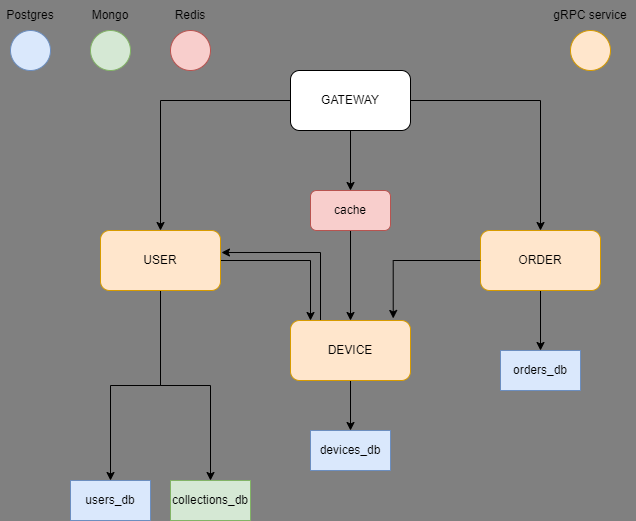
alserov/device-shop keeps this draw.io diagram as docs/schema.png. Above is the earlier version. Source tidied: cells renumbered, new cells last; positions are measured from the earlier drawing's top-left corner, leaving out a move shared by most shapes.
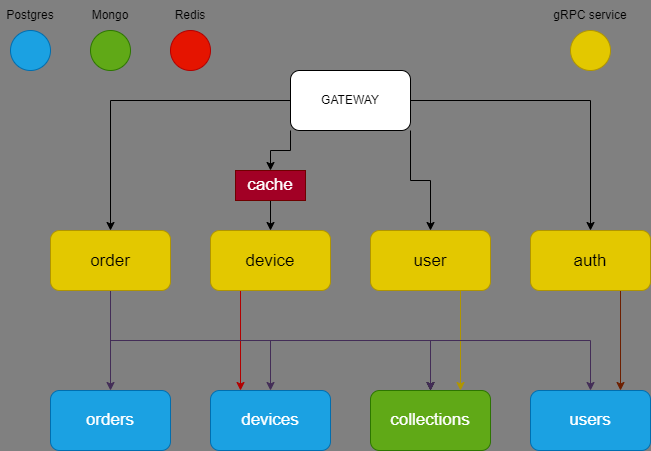
Above is the later version.

What changed in the source:
```diff
@@ -2,93 +2,98 @@
   <root>
     <mxCell id="0" />
     <mxCell id="1" parent="0" />
-    <mxCell id="2" style="edgeStyle=orthogonalEdgeStyle;rounded=0;jettySize=auto;html=1;entryX=0.5;entryY=0;entryDx=0;entryDy=0;" parent="1" edge="1" source="5" target="9">
-      <mxGeometry relative="1" as="geometry" />
-    </mxCell>
-    <mxCell id="3" style="edgeStyle=orthogonalEdgeStyle;rounded=0;jettySize=auto;html=1;entryX=0.5;entryY=0;entryDx=0;entryDy=0;" parent="1" edge="1" source="5" target="14">
-      <mxGeometry relative="1" as="geometry" />
-    </mxCell>
-    <mxCell id="4" style="edgeStyle=orthogonalEdgeStyle;rounded=0;jettySize=auto;html=1;fontColor=#000000;" parent="1" edge="1" source="21" target="12">
-      <mxGeometry relative="1" as="geometry" />
-    </mxCell>
+    <mxCell id="30" style="edgeStyle=orthogonalEdgeStyle;rounded=0;jettySize=auto;html=1;exitX=0;exitY=0.5;exitDx=0;exitDy=0;entryX=0.5;entryY=0;entryDx=0;entryDy=0;fontSize=17;" parent="1" edge="1" source="5" target="43">
+      <mxGeometry relative="1" as="geometry" />
+    </mxCell>
+    <mxCell id="31" style="edgeStyle=orthogonalEdgeStyle;rounded=0;jettySize=auto;html=1;exitX=1;exitY=1;exitDx=0;exitDy=0;entryX=0.5;entryY=0;entryDx=0;entryDy=0;fontSize=17;" parent="1" edge="1" source="5" target="35">
+      <mxGeometry relative="1" as="geometry" />
+    </mxCell>
+    <mxCell id="32" style="edgeStyle=orthogonalEdgeStyle;rounded=0;jettySize=auto;html=1;exitX=1;exitY=0.5;exitDx=0;exitDy=0;entryX=0.5;entryY=0;entryDx=0;entryDy=0;fontSize=17;" parent="1" edge="1" source="5" target="11">
+      <mxGeometry relative="1" as="geometry" />
+    </mxCell>
+    <mxCell id="20" style="edgeStyle=orthogonalEdgeStyle;rounded=0;jettySize=auto;html=1;exitX=0;exitY=1;exitDx=0;exitDy=0;entryX=0.5;entryY=0;entryDx=0;entryDy=0;fontSize=17;" parent="1" edge="1" source="5" target="21">
+      <mxGeometry relative="1" as="geometry" />
+    </mxCell>
     <mxCell id="5" value="GATEWAY" style="rounded=1;whiteSpace=wrap;html=1;" parent="1" vertex="1">
       <mxGeometry x="290" y="70" width="120" height="60" as="geometry" />
     </mxCell>
-    <mxCell id="6" style="edgeStyle=orthogonalEdgeStyle;rounded=0;jettySize=auto;html=1;exitX=0.5;exitY=1;exitDx=0;exitDy=0;entryX=0.5;entryY=0;entryDx=0;entryDy=0;fontColor=#000000;" parent="1" edge="1" source="9" target="15">
-      <mxGeometry relative="1" as="geometry" />
-    </mxCell>
-    <mxCell id="7" style="edgeStyle=orthogonalEdgeStyle;rounded=0;jettySize=auto;html=1;entryX=0.5;entryY=0;entryDx=0;entryDy=0;fontColor=#000000;" parent="1" edge="1" source="9" target="16">
-      <mxGeometry relative="1" as="geometry" />
-    </mxCell>
-    <mxCell id="8" style="edgeStyle=orthogonalEdgeStyle;rounded=0;jettySize=auto;html=1;fontColor=#000000;" parent="1" edge="1" source="9" target="12">
-      <mxGeometry relative="1" as="geometry">
-        <Array as="points">
-          <mxPoint x="310" y="260" />
-        </Array>
-      </mxGeometry>
-    </mxCell>
-    <mxCell id="9" value="USER" style="rounded=1;whiteSpace=wrap;html=1;fillColor=#ffe6cc;strokeColor=#d79b00;fontColor=#000000;" parent="1" vertex="1">
-      <mxGeometry x="100" y="230" width="120" height="60" as="geometry" />
-    </mxCell>
-    <mxCell id="10" style="edgeStyle=orthogonalEdgeStyle;rounded=0;jettySize=auto;html=1;exitX=0.5;exitY=1;exitDx=0;exitDy=0;fontColor=#000000;" parent="1" edge="1" source="12" target="19">
-      <mxGeometry relative="1" as="geometry" />
-    </mxCell>
-    <mxCell id="11" style="edgeStyle=orthogonalEdgeStyle;rounded=0;jettySize=auto;html=1;exitX=0.25;exitY=0;exitDx=0;exitDy=0;entryX=1.008;entryY=0.367;entryDx=0;entryDy=0;entryPerimeter=0;" parent="1" edge="1" source="12" target="9">
-      <mxGeometry relative="1" as="geometry" />
-    </mxCell>
-    <mxCell id="12" value="DEVICE" style="rounded=1;whiteSpace=wrap;html=1;fillColor=#ffe6cc;strokeColor=#d79b00;fontColor=#000000;" parent="1" vertex="1">
-      <mxGeometry x="290" y="320" width="120" height="60" as="geometry" />
-    </mxCell>
-    <mxCell id="13" style="edgeStyle=orthogonalEdgeStyle;rounded=0;jettySize=auto;html=1;exitX=0.5;exitY=1;exitDx=0;exitDy=0;fontColor=#000000;" parent="1" edge="1" source="14" target="18">
-      <mxGeometry relative="1" as="geometry" />
-    </mxCell>
-    <mxCell id="14" value="ORDER" style="rounded=1;whiteSpace=wrap;html=1;fillColor=#ffe6cc;strokeColor=#d79b00;fontColor=#000000;" parent="1" vertex="1">
-      <mxGeometry x="480" y="230" width="120" height="60" as="geometry" />
-    </mxCell>
-    <mxCell id="15" value="users_db" style="rounded=0;whiteSpace=wrap;html=1;fillColor=#dae8fc;strokeColor=#6c8ebf;fontColor=#000000;" parent="1" vertex="1">
-      <mxGeometry x="70" y="480" width="80" height="40" as="geometry" />
-    </mxCell>
-    <mxCell id="16" value="collections_db" style="rounded=0;whiteSpace=wrap;html=1;fillColor=#d5e8d4;strokeColor=#82b366;fontColor=#000000;" parent="1" vertex="1">
-      <mxGeometry x="170" y="480" width="80" height="40" as="geometry" />
-    </mxCell>
-    <mxCell id="17" style="edgeStyle=orthogonalEdgeStyle;rounded=0;jettySize=auto;html=1;entryX=0.856;entryY=-0.034;entryDx=0;entryDy=0;entryPerimeter=0;fontColor=#000000;" parent="1" edge="1" source="14" target="12">
-      <mxGeometry relative="1" as="geometry" />
-    </mxCell>
-    <mxCell id="18" value="orders_db" style="rounded=0;whiteSpace=wrap;html=1;fillColor=#dae8fc;strokeColor=#6c8ebf;fontColor=#000000;" parent="1" vertex="1">
-      <mxGeometry x="500" y="350" width="80" height="40" as="geometry" />
-    </mxCell>
-    <mxCell id="19" value="devices_db" style="rounded=0;whiteSpace=wrap;html=1;fillColor=#dae8fc;strokeColor=#6c8ebf;fontColor=#000000;" parent="1" vertex="1">
-      <mxGeometry x="310" y="430" width="80" height="40" as="geometry" />
-    </mxCell>
-    <mxCell id="20" style="edgeStyle=orthogonalEdgeStyle;rounded=0;jettySize=auto;html=1;" parent="1" edge="1" source="5" target="21">
-      <mxGeometry relative="1" as="geometry" />
-    </mxCell>
-    <mxCell id="21" value="cache" style="rounded=1;whiteSpace=wrap;html=1;fillColor=#f8cecc;strokeColor=#b85450;fontColor=#000000;" parent="1" vertex="1">
-      <mxGeometry x="310" y="190" width="80" height="40" as="geometry" />
-    </mxCell>
-    <mxCell id="22" style="ellipse;whiteSpace=wrap;html=1;fillColor=#dae8fc;strokeColor=#6c8ebf;" parent="1" vertex="1">
+    <mxCell id="22" style="ellipse;whiteSpace=wrap;html=1;fillColor=#1ba1e2;strokeColor=#006EAF;fontColor=#ffffff;" parent="1" vertex="1">
       <mxGeometry x="10" y="30" width="40" height="40" as="geometry" />
     </mxCell>
     <mxCell id="23" value="Postgres" style="text;html=1;strokeColor=none;fillColor=none;align=center;verticalAlign=middle;whiteSpace=wrap;rounded=0;" parent="1" vertex="1">
       <mxGeometry width="60" height="30" as="geometry" />
     </mxCell>
-    <mxCell id="24" style="ellipse;whiteSpace=wrap;html=1;fillColor=#d5e8d4;strokeColor=#82b366;" parent="1" vertex="1">
+    <mxCell id="24" style="ellipse;whiteSpace=wrap;html=1;fillColor=#60a917;strokeColor=#2D7600;fontColor=#ffffff;" parent="1" vertex="1">
       <mxGeometry x="90" y="30" width="40" height="40" as="geometry" />
     </mxCell>
     <mxCell id="25" value="Mongo" style="text;html=1;strokeColor=none;fillColor=none;align=center;verticalAlign=middle;whiteSpace=wrap;rounded=0;" parent="1" vertex="1">
       <mxGeometry x="80" width="60" height="30" as="geometry" />
     </mxCell>
-    <mxCell id="26" style="ellipse;whiteSpace=wrap;html=1;fillColor=#f8cecc;strokeColor=#b85450;" parent="1" vertex="1">
+    <mxCell id="26" style="ellipse;whiteSpace=wrap;html=1;fillColor=#e51400;strokeColor=#B20000;fontColor=#ffffff;" parent="1" vertex="1">
       <mxGeometry x="170" y="30" width="40" height="40" as="geometry" />
     </mxCell>
     <mxCell id="27" value="Redis" style="text;html=1;strokeColor=none;fillColor=none;align=center;verticalAlign=middle;whiteSpace=wrap;rounded=0;" parent="1" vertex="1">
       <mxGeometry x="160" width="60" height="30" as="geometry" />
     </mxCell>
-    <mxCell id="28" style="ellipse;whiteSpace=wrap;html=1;fillColor=#ffe6cc;strokeColor=#d79b00;" parent="1" vertex="1">
+    <mxCell id="28" style="ellipse;whiteSpace=wrap;html=1;fillColor=#e3c800;strokeColor=#B09500;fontColor=#000000;" parent="1" vertex="1">
       <mxGeometry x="570" y="30" width="40" height="40" as="geometry" />
     </mxCell>
     <mxCell id="29" value="gRPC service" style="text;html=1;strokeColor=none;fillColor=none;align=center;verticalAlign=middle;whiteSpace=wrap;rounded=0;" parent="1" vertex="1">
       <mxGeometry x="545" width="90" height="30" as="geometry" />
     </mxCell>
+    <mxCell id="33" style="edgeStyle=orthogonalEdgeStyle;rounded=0;jettySize=auto;html=1;exitX=0.75;exitY=1;exitDx=0;exitDy=0;entryX=0.75;entryY=0;entryDx=0;entryDy=0;fontSize=17;fillColor=#a0522d;strokeColor=#6D1F00;" parent="1" edge="1" source="11" target="47">
+      <mxGeometry relative="1" as="geometry" />
+    </mxCell>
+    <mxCell id="11" value="&lt;h2&gt;&lt;span style=&quot;font-weight: normal;&quot;&gt;&lt;font style=&quot;font-size: 17px;&quot;&gt;auth&lt;/font&gt;&lt;/span&gt;&lt;/h2&gt;" style="rounded=1;whiteSpace=wrap;html=1;fillColor=#e3c800;fontColor=#000000;strokeColor=#B09500;align=center;" parent="1" vertex="1">
+      <mxGeometry x="530" y="230" width="120" height="60" as="geometry" />
+    </mxCell>
+    <mxCell id="34" style="edgeStyle=orthogonalEdgeStyle;rounded=0;jettySize=auto;html=1;exitX=0.75;exitY=1;exitDx=0;exitDy=0;entryX=0.75;entryY=0;entryDx=0;entryDy=0;fontSize=17;fillColor=#e3c800;strokeColor=#B09500;" parent="1" edge="1" source="35" target="46">
+      <mxGeometry relative="1" as="geometry" />
+    </mxCell>
+    <mxCell id="35" value="&lt;h2&gt;&lt;span style=&quot;font-size: 17px; font-weight: 400;&quot;&gt;user&lt;/span&gt;&lt;/h2&gt;" style="rounded=1;whiteSpace=wrap;html=1;fillColor=#e3c800;fontColor=#000000;strokeColor=#B09500;align=center;" parent="1" vertex="1">
+      <mxGeometry x="370" y="230" width="120" height="60" as="geometry" />
+    </mxCell>
+    <mxCell id="36" style="edgeStyle=orthogonalEdgeStyle;rounded=0;jettySize=auto;html=1;exitX=0.25;exitY=1;exitDx=0;exitDy=0;entryX=0.25;entryY=0;entryDx=0;entryDy=0;fontSize=17;fillColor=#e51400;strokeColor=#B20000;" parent="1" edge="1" source="37" target="45">
+      <mxGeometry relative="1" as="geometry" />
+    </mxCell>
+    <mxCell id="37" value="&lt;h2&gt;&lt;span style=&quot;font-size: 17px; font-weight: 400;&quot;&gt;device&lt;/span&gt;&lt;/h2&gt;" style="rounded=1;whiteSpace=wrap;html=1;fillColor=#e3c800;fontColor=#000000;strokeColor=#B09500;align=center;" parent="1" vertex="1">
+      <mxGeometry x="210" y="230" width="120" height="60" as="geometry" />
+    </mxCell>
+    <mxCell id="38" style="edgeStyle=orthogonalEdgeStyle;rounded=0;jettySize=auto;html=1;exitX=0.5;exitY=1;exitDx=0;exitDy=0;entryX=0.5;entryY=0;entryDx=0;entryDy=0;fontSize=17;fillColor=#76608a;strokeColor=#432D57;" parent="1" edge="1" source="43" target="44">
+      <mxGeometry relative="1" as="geometry" />
+    </mxCell>
+    <mxCell id="39" style="edgeStyle=orthogonalEdgeStyle;rounded=0;jettySize=auto;html=1;exitX=0.5;exitY=1;exitDx=0;exitDy=0;entryX=0.5;entryY=0;entryDx=0;entryDy=0;fontSize=17;fillColor=#76608a;strokeColor=#432D57;" parent="1" edge="1" source="43" target="45">
+      <mxGeometry relative="1" as="geometry" />
+    </mxCell>
+    <mxCell id="40" style="edgeStyle=orthogonalEdgeStyle;rounded=0;jettySize=auto;html=1;exitX=0.5;exitY=1;exitDx=0;exitDy=0;entryX=0.5;entryY=0;entryDx=0;entryDy=0;fontSize=17;" parent="1" edge="1" source="43" target="46">
+      <mxGeometry relative="1" as="geometry" />
+    </mxCell>
+    <mxCell id="41" style="edgeStyle=orthogonalEdgeStyle;rounded=0;jettySize=auto;html=1;exitX=0.5;exitY=1;exitDx=0;exitDy=0;entryX=0.5;entryY=0;entryDx=0;entryDy=0;fontSize=17;fillColor=#76608a;strokeColor=#432D57;" parent="1" edge="1" source="43" target="46">
+      <mxGeometry relative="1" as="geometry" />
+    </mxCell>
+    <mxCell id="42" style="edgeStyle=orthogonalEdgeStyle;rounded=0;jettySize=auto;html=1;exitX=0.5;exitY=1;exitDx=0;exitDy=0;entryX=0.5;entryY=0;entryDx=0;entryDy=0;fontSize=17;fillColor=#76608a;strokeColor=#432D57;" parent="1" edge="1" source="43" target="47">
+      <mxGeometry relative="1" as="geometry" />
+    </mxCell>
+    <mxCell id="43" value="&lt;h2&gt;&lt;span style=&quot;font-weight: normal;&quot;&gt;&lt;font style=&quot;font-size: 17px;&quot;&gt;order&lt;/font&gt;&lt;/span&gt;&lt;/h2&gt;" style="rounded=1;whiteSpace=wrap;html=1;fillColor=#e3c800;fontColor=#000000;strokeColor=#B09500;align=center;" parent="1" vertex="1">
+      <mxGeometry x="50" y="230" width="120" height="60" as="geometry" />
+    </mxCell>
+    <mxCell id="44" value="orders" style="rounded=1;whiteSpace=wrap;html=1;fontSize=17;fillColor=#1ba1e2;fontColor=#ffffff;strokeColor=#006EAF;" parent="1" vertex="1">
+      <mxGeometry x="50" y="390" width="120" height="60" as="geometry" />
+    </mxCell>
+    <mxCell id="45" value="devices" style="rounded=1;whiteSpace=wrap;html=1;fontSize=17;fillColor=#1ba1e2;fontColor=#ffffff;strokeColor=#006EAF;" parent="1" vertex="1">
+      <mxGeometry x="210" y="390" width="120" height="60" as="geometry" />
+    </mxCell>
+    <mxCell id="46" value="collections" style="rounded=1;whiteSpace=wrap;html=1;fontSize=17;fillColor=#60a917;fontColor=#ffffff;strokeColor=#2D7600;" parent="1" vertex="1">
+      <mxGeometry x="370" y="390" width="120" height="60" as="geometry" />
+    </mxCell>
+    <mxCell id="47" value="users" style="rounded=1;whiteSpace=wrap;html=1;fontSize=17;fillColor=#1ba1e2;fontColor=#ffffff;strokeColor=#006EAF;" parent="1" vertex="1">
+      <mxGeometry x="530" y="390" width="120" height="60" as="geometry" />
+    </mxCell>
+    <mxCell id="48" style="edgeStyle=orthogonalEdgeStyle;rounded=0;jettySize=auto;html=1;exitX=0.5;exitY=1;exitDx=0;exitDy=0;entryX=0.5;entryY=0;entryDx=0;entryDy=0;fontSize=17;" parent="1" edge="1" source="21" target="37">
+      <mxGeometry relative="1" as="geometry" />
+    </mxCell>
+    <mxCell id="21" value="cache" style="rounded=0;whiteSpace=wrap;html=1;fontSize=17;fillColor=#a20025;fontColor=#ffffff;strokeColor=#6F0000;" parent="1" vertex="1">
+      <mxGeometry x="235" y="170" width="70" height="30" as="geometry" />
+    </mxCell>
   </root>
 </mxGraphModel>
```
